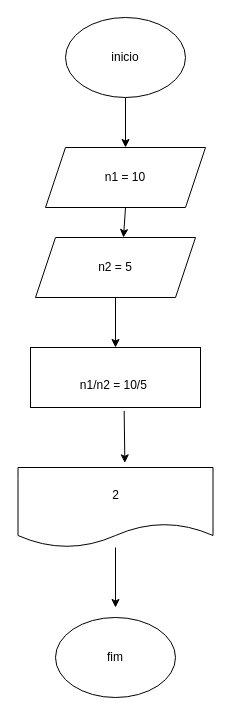
Earlier version of the draw.io diagram Untitled Diagram.drawio (christiandeabreuu/catalisa). Source tidied: cells renumbered, new cells numbered last; positions are measured from the earlier drawing's top-left corner, leaving out a move shared by most shapes. Both pictures are drawn from the tidied source at 100%, with x=0, y=0 at pixel (17, 17).
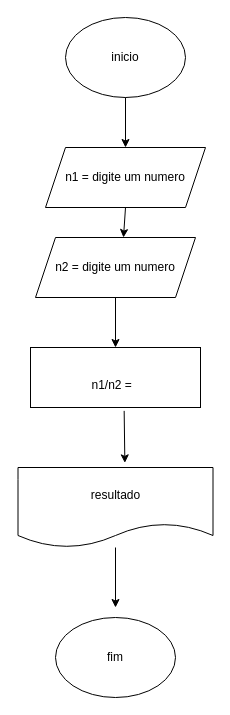
The same diagram, later.

The edit, as a diff of the source:
```diff
@@
 <mxGraphModel>
   <root>
     <mxCell id="0" />
     <mxCell id="1" parent="0" />
     <mxCell id="2" value="inicio" style="ellipse;whiteSpace=wrap;html=1;" parent="1" vertex="1">
       <mxGeometry x="48" width="120" height="80" as="geometry" />
     </mxCell>
-    <mxCell id="3" value="n1 = 10" style="shape=parallelogram;perimeter=parallelogramPerimeter;whiteSpace=wrap;html=1;fixedSize=1;" parent="1" vertex="1">
+    <mxCell id="3" value="n1 = digite um numero" style="shape=parallelogram;perimeter=parallelogramPerimeter;whiteSpace=wrap;html=1;fixedSize=1;" parent="1" vertex="1">
       <mxGeometry x="28" y="130" width="160" height="60" as="geometry" />
     </mxCell>
-    <mxCell id="4" value="n2 = 5" style="shape=parallelogram;perimeter=parallelogramPerimeter;whiteSpace=wrap;html=1;fixedSize=1;" parent="1" vertex="1">
+    <mxCell id="4" value="n2 = digite um numero" style="shape=parallelogram;perimeter=parallelogramPerimeter;whiteSpace=wrap;html=1;fixedSize=1;" parent="1" vertex="1">
       <mxGeometry x="18" y="220" width="160" height="60" as="geometry" />
     </mxCell>
-    <mxCell id="5" value="&lt;br&gt;n1/n2 = 10/5&amp;nbsp;" style="rounded=0;whiteSpace=wrap;html=1;" parent="1" vertex="1">
+    <mxCell id="5" value="&lt;br&gt;n1/n2 =&amp;nbsp;&amp;nbsp;" style="rounded=0;whiteSpace=wrap;html=1;" parent="1" vertex="1">
       <mxGeometry x="13" y="330" width="170" height="60" as="geometry" />
     </mxCell>
-    <mxCell id="6" value="2" style="shape=document;whiteSpace=wrap;html=1;boundedLbl=1;" parent="1" vertex="1">
+    <mxCell id="6" value="resultado" style="shape=document;whiteSpace=wrap;html=1;boundedLbl=1;" parent="1" vertex="1">
       <mxGeometry x="0.5" y="450" width="195" height="80" as="geometry" />
     </mxCell>
     <mxCell id="7" value="fim" style="ellipse;whiteSpace=wrap;html=1;" parent="1" vertex="1">
       <mxGeometry x="38" y="600" width="120" height="80" as="geometry" />
     </mxCell>
     <mxCell id="8" style="endArrow=classic;html=1;rounded=0;" parent="1" edge="1" source="6">
       <mxGeometry relative="1" as="geometry">
         <mxPoint x="98" y="590" as="targetPoint" />
       </mxGeometry>
     </mxCell>
     <mxCell id="9" style="endArrow=classic;html=1;rounded=0;exitX=0.551;exitY=1.056;exitDx=0;exitDy=0;exitPerimeter=0;entryX=0.548;entryY=-0.058;entryDx=0;entryDy=0;entryPerimeter=0;" parent="1" edge="1" source="5" target="6">
       <mxGeometry relative="1" as="geometry" />
     </mxCell>
     <mxCell id="10" style="endArrow=classic;html=1;rounded=0;exitX=0.5;exitY=1;exitDx=0;exitDy=0;entryX=0.5;entryY=0;entryDx=0;entryDy=0;" parent="1" edge="1" source="4" target="5">
       <mxGeometry relative="1" as="geometry" />
     </mxCell>
     <mxCell id="11" style="endArrow=classic;html=1;rounded=0;exitX=0.5;exitY=1;exitDx=0;exitDy=0;entryX=0.5;entryY=0;entryDx=0;entryDy=0;" parent="1" edge="1" source="2" target="3">
       <mxGeometry relative="1" as="geometry" />
     </mxCell>
     <mxCell id="12" style="endArrow=classic;html=1;rounded=0;exitX=0.5;exitY=1;exitDx=0;exitDy=0;entryX=0.55;entryY=0;entryDx=0;entryDy=0;entryPerimeter=0;" parent="1" edge="1" source="3" target="4">
       <mxGeometry relative="1" as="geometry" />
     </mxCell>
   </root>
 </mxGraphModel>
```
